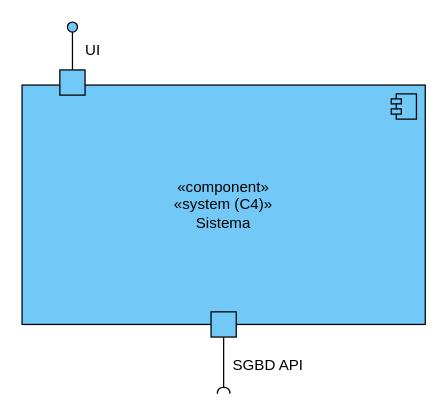
This is docs/N1/VL.drawio from SEM5PI2324G58/sem5pi_g58_23_24, a draw.io file, before an edit. Source tidied: cells renumbered, new cells numbered last; positions are measured from the earlier drawing's top-left corner, leaving out a move shared by most shapes. Both pictures are drawn from the tidied source at 126%, with x=0, y=0 at pixel (21, 21).
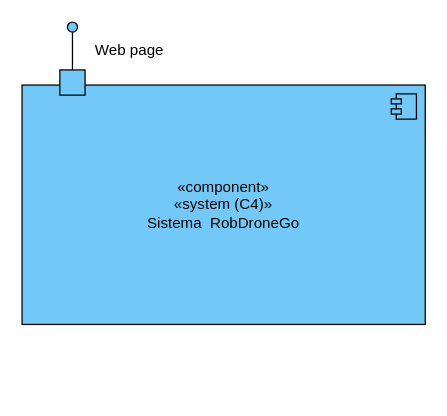
After the change.

What changed in the source:
```diff
@@
 <mxGraphModel>
   <root>
     <mxCell id="0" />
     <mxCell id="1" parent="0" />
-    <mxCell id="2" value="«component»&lt;br&gt;«system (C4)»&lt;br&gt;Sistema" style="html=1;whiteSpace=wrap;fillColor=#72c9f7;" parent="1" vertex="1">
+    <mxCell id="2" value="«component»&lt;br&gt;«system (C4)»&lt;br&gt;Sistema&amp;nbsp; RobDroneGo" style="html=1;whiteSpace=wrap;fillColor=#72c9f7;" parent="1" vertex="1">
       <mxGeometry y="50" width="320" height="190" as="geometry" />
     </mxCell>
     <mxCell id="3" style="shape=module;jettyWidth=8;jettyHeight=4;fillColor=#72c9f7;" parent="2" vertex="1">
       <mxGeometry x="1" width="20" height="20" relative="1" as="geometry">
         <mxPoint x="-27" y="7" as="offset" />
       </mxGeometry>
     </mxCell>
     <mxCell id="4" style="html=1;rounded=0;fillColor=#72c9f7;" parent="1" vertex="1">
       <mxGeometry x="30" y="38" width="20" height="20" as="geometry" />
     </mxCell>
     <mxCell id="5" style="endArrow=none;html=1;rounded=0;align=center;verticalAlign=top;endFill=0;labelBackgroundColor=none;endSize=2;" parent="1" edge="1" source="4" target="6">
       <mxGeometry relative="1" as="geometry" />
     </mxCell>
     <mxCell id="6" style="ellipse;html=1;fontSize=11;align=center;fillColor=#72c9f7;points=[];verticalAlign=bottom;labelPosition=center;verticalLabelPosition=top;flipH=1;" parent="1" vertex="1">
       <mxGeometry x="36" width="8" height="8" as="geometry" />
     </mxCell>
-    <mxCell id="7" style="endArrow=none;html=1;rounded=0;align=center;verticalAlign=top;endFill=0;labelBackgroundColor=none;endSize=2;" parent="1" edge="1" target="8">
-      <mxGeometry relative="1" as="geometry">
-        <mxPoint x="160" y="250" as="sourcePoint" />
-      </mxGeometry>
-    </mxCell>
-    <mxCell id="8" style="shape=requiredInterface;html=1;fontSize=11;align=center;fillColor=none;points=[];verticalAlign=bottom;labelPosition=center;verticalLabelPosition=top;flipH=1;direction=north;" parent="1" vertex="1">
-      <mxGeometry x="155" y="290" width="10" height="5" as="geometry" />
-    </mxCell>
-    <mxCell id="9" style="html=1;rounded=0;fillColor=#72c9f7;" parent="1" vertex="1">
-      <mxGeometry x="150" y="230" width="20" height="20" as="geometry" />
-    </mxCell>
-    <mxCell id="10" value="UI" style="text;html=1;align=center;verticalAlign=middle;strokeColor=none;fillColor=none;" parent="1" vertex="1">
-      <mxGeometry x="36" y="8" width="40" height="30" as="geometry" />
+    <mxCell id="10" value="Web page" style="text;html=1;align=center;verticalAlign=middle;strokeColor=none;fillColor=none;" parent="1" vertex="1">
+      <mxGeometry x="45" y="8" width="80" height="30" as="geometry" />
     </mxCell>
-    <mxCell id="11" value="SGBD API" style="text;html=1;align=center;verticalAlign=middle;strokeColor=none;fillColor=none;" parent="1" vertex="1">
-      <mxGeometry x="155" y="258" width="80" height="30" as="geometry" />
-    </mxCell>
   </root>
 </mxGraphModel>
```
